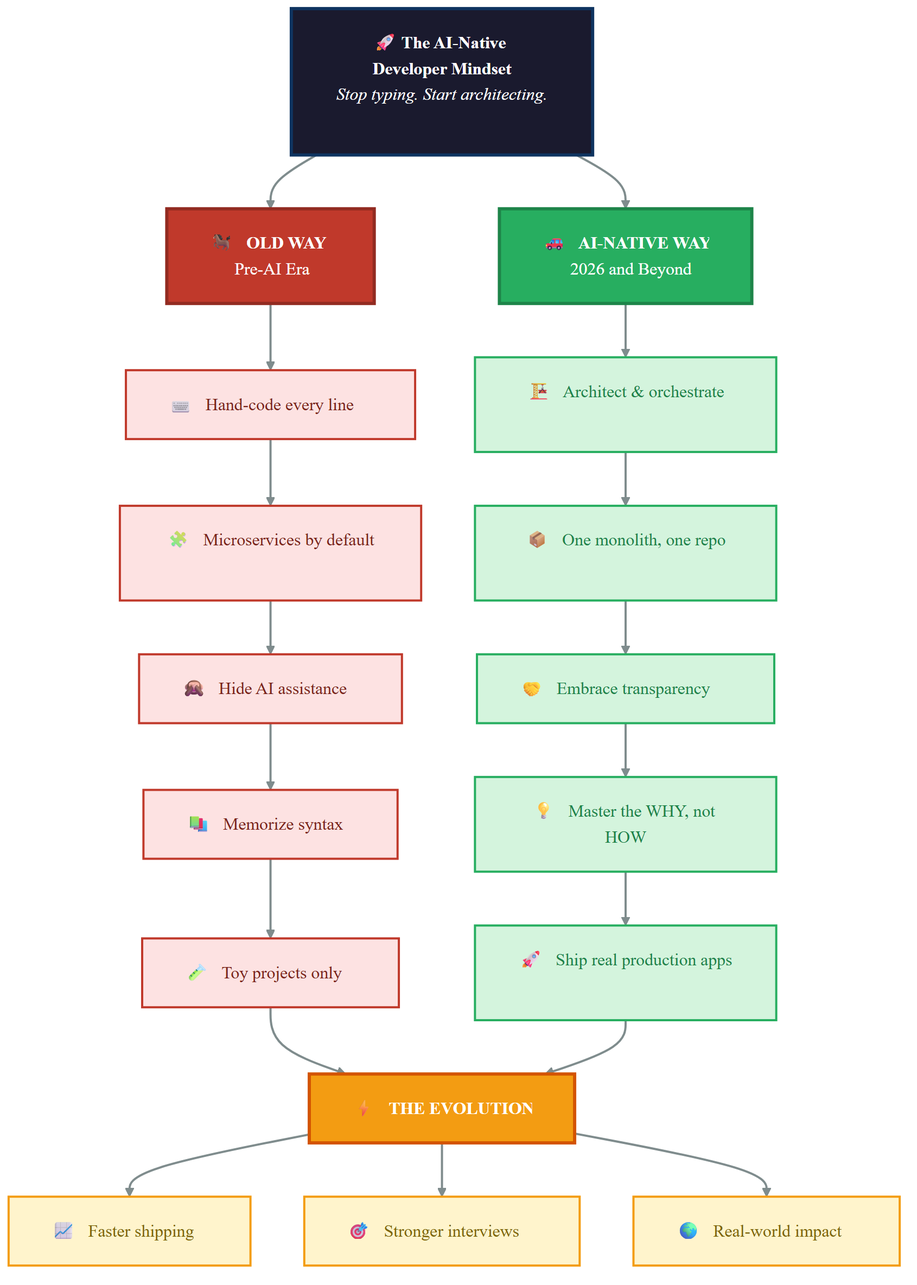
This is examples/diagram.png from ChanMeng666/linkedin-post-skill, a Mermaid export, as it was before one commit. Its source is kept beside it as examples/diagram.mmd. Its diagram source:
```mermaid
---
config:
  theme: base
  themeVariables:
    primaryColor: "#ffffff"
    primaryTextColor: "#1a1a2e"
    fontSize: "16px"
    fontFamily: "Inter, Helvetica, Arial, sans-serif"
  flowchart:
    htmlLabels: true
    padding: 20
    nodeSpacing: 50
    rankSpacing: 50
---
flowchart TB
    TITLE["<b>🚀 The AI-Native Developer Mindset</b><br/><i>Stop typing. Start architecting.</i>"]:::title

    TITLE --> OLD_HEAD["<b>🐎 &nbsp; OLD WAY &nbsp;</b><br/>Pre-AI Era"]:::oldHead
    TITLE --> NEW_HEAD["<b>🚗 &nbsp; AI-NATIVE WAY &nbsp;</b><br/>2026 and Beyond"]:::newHead

    OLD_HEAD --> O1["⌨️ &nbsp; Hand-code every line"]:::old
    O1 --> O2["🧩 &nbsp; Microservices by default"]:::old
    O2 --> O3["🙈 &nbsp; Hide AI assistance"]:::old
    O3 --> O4["📚 &nbsp; Memorize syntax"]:::old
    O4 --> O5["🧪 &nbsp; Toy projects only"]:::old

    NEW_HEAD --> N1["🏗️ &nbsp; Architect &amp; orchestrate"]:::new
    N1 --> N2["📦 &nbsp; One monolith, one repo"]:::new
    N2 --> N3["🤝 &nbsp; Embrace transparency"]:::new
    N3 --> N4["💡 &nbsp; Master the WHY, not HOW"]:::new
    N4 --> N5["🚀 &nbsp; Ship real production apps"]:::new

    O5 --> EVOLVE["<b>⚡ &nbsp; THE EVOLUTION &nbsp;</b>"]:::evolve
    N5 --> EVOLVE

    EVOLVE --> R1["📈 &nbsp; Faster shipping"]:::result
    EVOLVE --> R2["🎯 &nbsp; Stronger interviews"]:::result
    EVOLVE --> R3["🌍 &nbsp; Real-world impact"]:::result

    classDef title fill:#1a1a2e,stroke:#0f3460,stroke-width:3px,color:#fff
    classDef oldHead fill:#c0392b,stroke:#922b21,stroke-width:3px,color:#fff
    classDef newHead fill:#27ae60,stroke:#1e8449,stroke-width:3px,color:#fff
    classDef old fill:#fde2e2,stroke:#c0392b,stroke-width:2px,color:#7b241c
    classDef new fill:#d4f4dd,stroke:#27ae60,stroke-width:2px,color:#1e8449
    classDef evolve fill:#f39c12,stroke:#d35400,stroke-width:3px,color:#fff
    classDef result fill:#fff4cc,stroke:#f39c12,stroke-width:2px,color:#7d6608

    linkStyle default stroke:#7f8c8d,stroke-width:2px
```
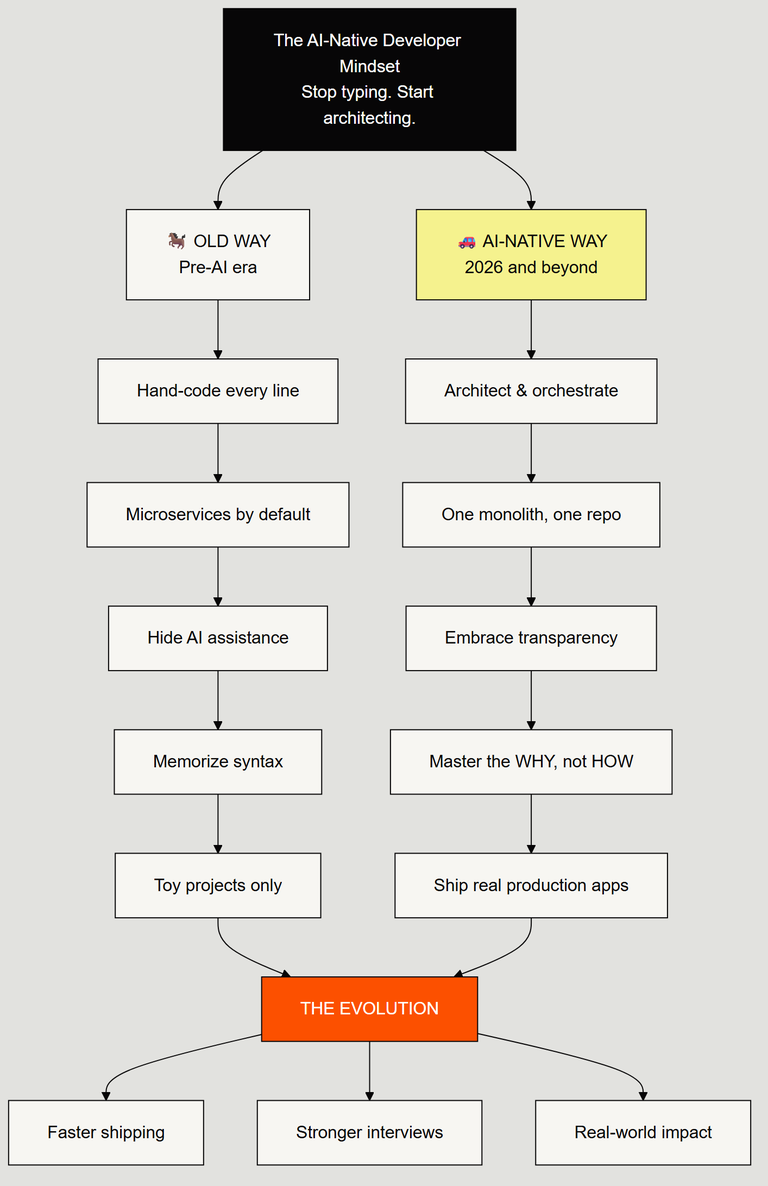
The same diagram one commit later.

Change to the diagram source:
```diff
@@ -1,48 +1,29 @@
----
-config:
-  theme: base
-  themeVariables:
-    primaryColor: "#ffffff"
-    primaryTextColor: "#1a1a2e"
-    fontSize: "16px"
-    fontFamily: "Inter, Helvetica, Arial, sans-serif"
-  flowchart:
-    htmlLabels: true
-    padding: 20
-    nodeSpacing: 50
-    rankSpacing: 50
----
 flowchart TB
-    TITLE["<b>🚀 The AI-Native Developer Mindset</b><br/><i>Stop typing. Start architecting.</i>"]:::title
+    TITLE["The AI-Native Developer Mindset<br/>Stop typing. Start architecting."]:::ink
 
-    TITLE --> OLD_HEAD["<b>🐎 &nbsp; OLD WAY &nbsp;</b><br/>Pre-AI Era"]:::oldHead
-    TITLE --> NEW_HEAD["<b>🚗 &nbsp; AI-NATIVE WAY &nbsp;</b><br/>2026 and Beyond"]:::newHead
+    TITLE --> OLD_HEAD["🐎 OLD WAY<br/>Pre-AI era"]:::surface
+    TITLE --> NEW_HEAD["🚗 AI-NATIVE WAY<br/>2026 and beyond"]:::glare
 
-    OLD_HEAD --> O1["⌨️ &nbsp; Hand-code every line"]:::old
-    O1 --> O2["🧩 &nbsp; Microservices by default"]:::old
-    O2 --> O3["🙈 &nbsp; Hide AI assistance"]:::old
-    O3 --> O4["📚 &nbsp; Memorize syntax"]:::old
-    O4 --> O5["🧪 &nbsp; Toy projects only"]:::old
+    OLD_HEAD --> O1["Hand-code every line"]
+    O1 --> O2["Microservices by default"]
+    O2 --> O3["Hide AI assistance"]
+    O3 --> O4["Memorize syntax"]
+    O4 --> O5["Toy projects only"]
 
-    NEW_HEAD --> N1["🏗️ &nbsp; Architect &amp; orchestrate"]:::new
-    N1 --> N2["📦 &nbsp; One monolith, one repo"]:::new
-    N2 --> N3["🤝 &nbsp; Embrace transparency"]:::new
-    N3 --> N4["💡 &nbsp; Master the WHY, not HOW"]:::new
-    N4 --> N5["🚀 &nbsp; Ship real production apps"]:::new
+    NEW_HEAD --> N1["Architect &amp; orchestrate"]
+    N1 --> N2["One monolith, one repo"]
+    N2 --> N3["Embrace transparency"]
+    N3 --> N4["Master the WHY, not HOW"]
+    N4 --> N5["Ship real production apps"]
 
-    O5 --> EVOLVE["<b>⚡ &nbsp; THE EVOLUTION &nbsp;</b>"]:::evolve
+    O5 --> EVOLVE["THE EVOLUTION"]:::accent
     N5 --> EVOLVE
 
-    EVOLVE --> R1["📈 &nbsp; Faster shipping"]:::result
-    EVOLVE --> R2["🎯 &nbsp; Stronger interviews"]:::result
-    EVOLVE --> R3["🌍 &nbsp; Real-world impact"]:::result
+    EVOLVE --> R1["Faster shipping"]:::surface
+    EVOLVE --> R2["Stronger interviews"]:::surface
+    EVOLVE --> R3["Real-world impact"]:::surface
 
-    classDef title fill:#1a1a2e,stroke:#0f3460,stroke-width:3px,color:#fff
-    classDef oldHead fill:#c0392b,stroke:#922b21,stroke-width:3px,color:#fff
-    classDef newHead fill:#27ae60,stroke:#1e8449,stroke-width:3px,color:#fff
-    classDef old fill:#fde2e2,stroke:#c0392b,stroke-width:2px,color:#7b241c
-    classDef new fill:#d4f4dd,stroke:#27ae60,stroke-width:2px,color:#1e8449
-    classDef evolve fill:#f39c12,stroke:#d35400,stroke-width:3px,color:#fff
-    classDef result fill:#fff4cc,stroke:#f39c12,stroke-width:2px,color:#7d6608
-
-    linkStyle default stroke:#7f8c8d,stroke-width:2px
+    classDef accent  fill:#FC5000,stroke:#070607,color:#fff;
+    classDef ink     fill:#070607,stroke:#070607,color:#fff;
+    classDef glare   fill:#F5F28E,stroke:#070607,color:#070607;
+    classDef surface fill:#F7F6F2,stroke:#070607,color:#070607;
```
